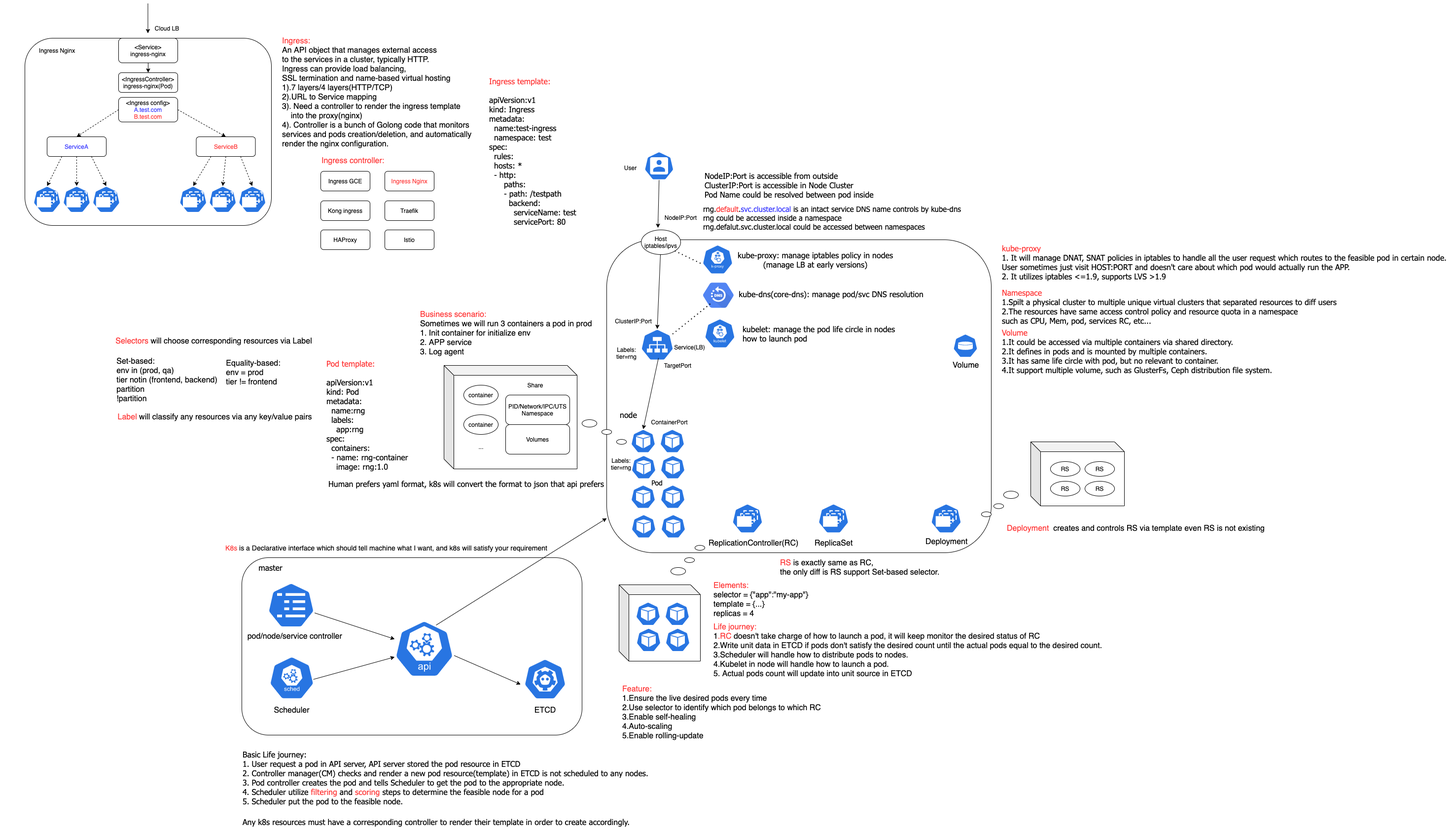
The draw.io diagram docs/k8s.png in showerlee/k8s_tutorial, before a commit. Source tidied: cells renumbered, new cells last; positions are measured from the earlier drawing's top-left corner, leaving out a move shared by most shapes.
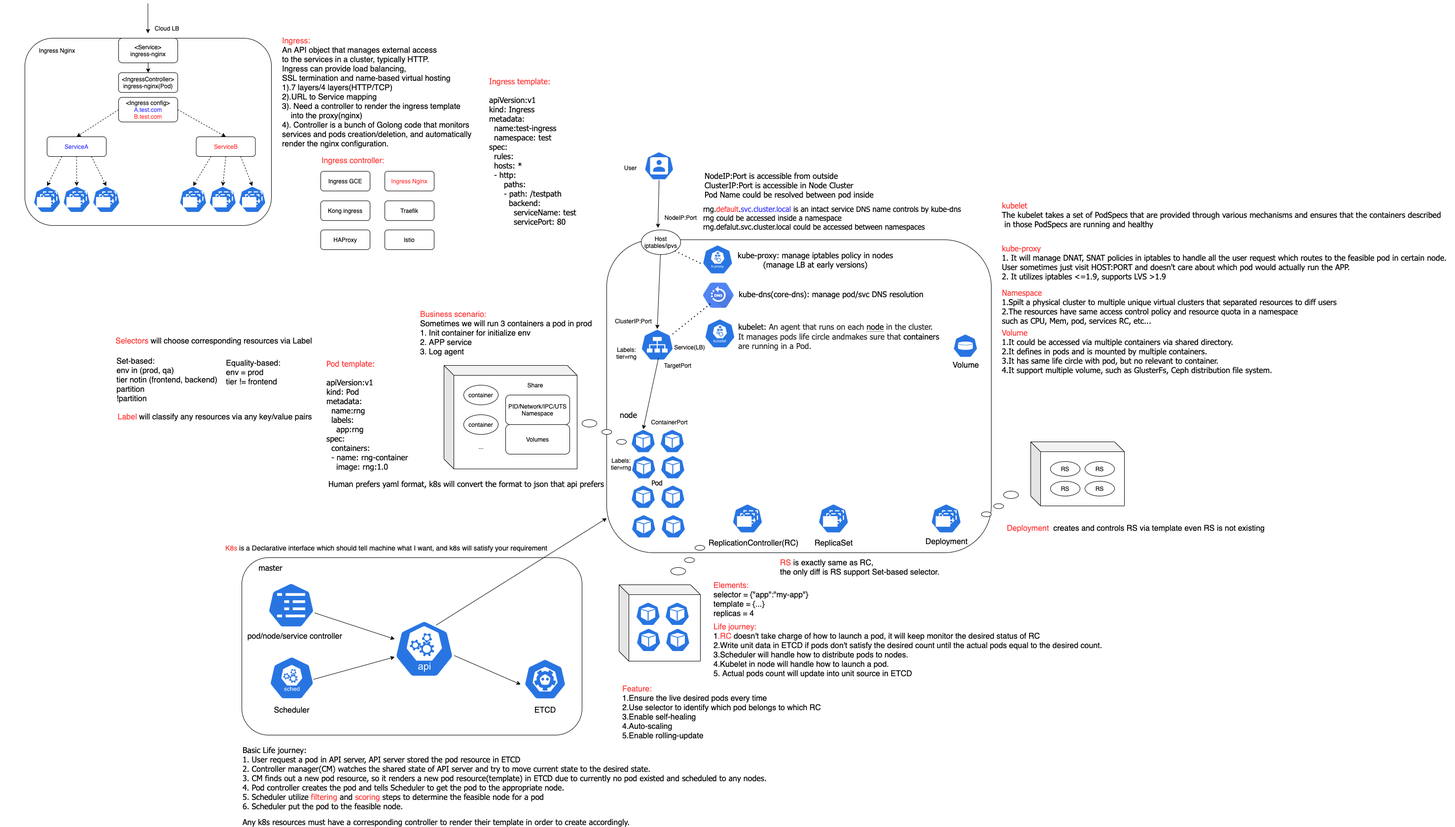
The same diagram one commit later.

What changed in the source:
```diff
@@ -44,8 +44,8 @@
     <mxCell id="15" style="endArrow=classic;html=1;entryX=0.005;entryY=0.63;entryDx=0;entryDy=0;entryPerimeter=0;exitX=1.007;exitY=0.572;exitDx=0;exitDy=0;exitPerimeter=0;" parent="1" edge="1" source="6" target="13">
       <mxGeometry relative="1" as="geometry" />
     </mxCell>
-    <mxCell id="16" value="&lt;font face=&quot;Tahoma&quot; style=&quot;font-size: 16px&quot;&gt;Basic Life journey:&lt;br&gt;1. User request a pod in API server, API server stored the pod resource in ETCD&lt;br&gt;&lt;/font&gt;&lt;span style=&quot;text-align: center ; font-size: 16px ; font-family: &amp;#34;tahoma&amp;#34;&quot;&gt;2. Controller manager(CM) checks and render a new pod resource(template) in ETCD is not scheduled to any nodes.&lt;br&gt;&lt;/span&gt;&lt;font face=&quot;Tahoma&quot; style=&quot;font-size: 16px&quot;&gt;3. Pod controller creates the pod and tells Scheduler to get the pod to the appropriate node.&lt;br&gt;4. Scheduler utilize &lt;font color=&quot;#ff3333&quot;&gt;filtering&lt;/font&gt; and &lt;font color=&quot;#ff3333&quot;&gt;scoring&lt;/font&gt; steps to determine the feasible node for a pod&lt;br&gt;5. Scheduler put the pod to the feasible node.&lt;br&gt;&lt;br&gt;&lt;/font&gt;" style="text;html=1;align=left;verticalAlign=middle;" parent="1" vertex="1">
-      <mxGeometry x="490" y="1520" width="840" height="120" as="geometry" />
+    <mxCell id="16" value="&lt;font face=&quot;Tahoma&quot; style=&quot;font-size: 16px&quot;&gt;Basic Life journey:&lt;br&gt;1. User request a pod in API server, API server stored the pod resource in ETCD&lt;br&gt;&lt;/font&gt;&lt;span style=&quot;text-align: center ; font-size: 16px ; font-family: &amp;#34;tahoma&amp;#34;&quot;&gt;2. Controller manager(CM) watches the shared state of API server and try&lt;/span&gt;&lt;span style=&quot;font-family: &amp;#34;tahoma&amp;#34; ; font-size: 16px ; text-align: center&quot;&gt;&amp;nbsp;to move current state to the desired state.&lt;/span&gt;&lt;span style=&quot;text-align: center ; font-size: 16px ; font-family: &amp;#34;tahoma&amp;#34;&quot;&gt;&lt;br&gt;3. CM&lt;/span&gt;&lt;span style=&quot;font-family: &amp;#34;tahoma&amp;#34; ; font-size: 16px ; text-align: center&quot;&gt;&amp;nbsp;finds out a new pod resource,&amp;nbsp;&lt;/span&gt;&lt;span style=&quot;text-align: center ; font-size: 16px ; font-family: &amp;#34;tahoma&amp;#34;&quot;&gt;so it renders a new pod resource(template) in ETCD due to currently no pod existed and scheduled to any nodes.&lt;br&gt;&lt;/span&gt;&lt;font face=&quot;Tahoma&quot; style=&quot;font-size: 16px&quot;&gt;4. Pod controller creates the pod and tells Scheduler to get the pod to the appropriate node.&lt;br&gt;5. Scheduler utilize &lt;font color=&quot;#ff3333&quot;&gt;filtering&lt;/font&gt; and &lt;font color=&quot;#ff3333&quot;&gt;scoring&lt;/font&gt; steps to determine the feasible node for a pod&lt;br&gt;6. Scheduler put the pod to the feasible node.&lt;br&gt;&lt;br&gt;&lt;/font&gt;" style="text;html=1;align=left;verticalAlign=middle;" parent="1" vertex="1">
+      <mxGeometry x="490" y="1515" width="1080" height="130" as="geometry" />
     </mxCell>
     <mxCell id="17" value="&lt;font style=&quot;font-size: 16px&quot; face=&quot;Tahoma&quot;&gt;node&lt;/font&gt;" style="text;html=1;align=left;verticalAlign=middle;" parent="1" vertex="1">
       <mxGeometry x="1255" y="824" width="50" height="20" as="geometry" />
@@ -64,8 +64,8 @@
     <mxCell id="21" style="html=1;dashed=0;whitespace=wrap;fillColor=#2875E2;strokeColor=#ffffff;shape=mxgraph.kubernetes.icon;prIcon=kubelet;" parent="1" vertex="1">
       <mxGeometry x="1427" y="639" width="65" height="60" as="geometry" />
     </mxCell>
-    <mxCell id="22" value="&lt;font style=&quot;font-size: 16px&quot; face=&quot;Tahoma&quot;&gt;kubelet: manage the pod life circle in nodes&lt;br&gt;&lt;div style=&quot;text-align: left&quot;&gt;&lt;span&gt;how to launch pod&lt;/span&gt;&lt;/div&gt;&lt;/font&gt;" style="text;html=1;align=center;verticalAlign=middle;" parent="1" vertex="1">
-      <mxGeometry x="1499.5" y="649" width="320" height="40" as="geometry" />
+    <mxCell id="22" value="&lt;div style=&quot;text-align: left&quot;&gt;&lt;span style=&quot;font-size: 16px ; font-family: &amp;#34;tahoma&amp;#34;&quot;&gt;kubelet: &lt;/span&gt;&lt;span style=&quot;font-size: 16px ; font-family: &amp;#34;tahoma&amp;#34; ; color: rgb(34 , 34 , 34) ; background-color: rgb(255 , 255 , 255)&quot;&gt;An agent that runs on each&amp;nbsp;&lt;/span&gt;&lt;a class=&quot;glossary-tooltip&quot; title=&quot;&quot; href=&quot;https://kubernetes.io/docs/concepts/architecture/nodes/&quot; target=&quot;_blank&quot; style=&quot;font-size: 16px ; font-family: &amp;#34;tahoma&amp;#34; ; box-sizing: border-box ; color: rgb(0 , 0 , 0) ; background-color: rgb(255 , 255 , 255) ; display: inline-block ; border-bottom: 1px dotted rgb(0 , 0 , 0)&quot;&gt;node&lt;/a&gt;&lt;span style=&quot;font-size: 16px ; font-family: &amp;#34;tahoma&amp;#34; ; color: rgb(34 , 34 , 34) ; background-color: rgb(255 , 255 , 255)&quot;&gt;&amp;nbsp;in the cluster.&lt;/span&gt;&lt;/div&gt;&lt;font style=&quot;font-size: 16px&quot; face=&quot;Tahoma&quot;&gt;&lt;div style=&quot;text-align: left&quot;&gt;&lt;span style=&quot;color: rgb(34 , 34 , 34) ; font-family: &amp;#34;open sans&amp;#34; , , , &amp;#34;segoe ui&amp;#34; , &amp;#34;roboto&amp;#34; , &amp;#34;helvetica neue&amp;#34; , &amp;#34;arial&amp;#34; , sans-serif , &amp;#34;apple color emoji&amp;#34; , &amp;#34;segoe ui emoji&amp;#34; , &amp;#34;segoe ui symbol&amp;#34; ; background-color: rgb(255 , 255 , 255)&quot;&gt;It manages pods life circle and&lt;/span&gt;&lt;span style=&quot;color: rgb(34 , 34 , 34) ; background-color: rgb(255 , 255 , 255)&quot;&gt;makes sure that &lt;/span&gt;&lt;span style=&quot;background-color: rgb(255 , 255 , 255)&quot;&gt;containers&lt;/span&gt;&lt;span style=&quot;color: rgb(34 , 34 , 34) ; background-color: rgb(255 , 255 , 255)&quot;&gt;&amp;nbsp;&lt;/span&gt;&lt;/div&gt;&lt;div style=&quot;text-align: left&quot;&gt;&lt;span style=&quot;color: rgb(34 , 34 , 34) ; background-color: rgb(255 , 255 , 255)&quot;&gt;are running in a Pod.&lt;/span&gt;&lt;/div&gt;&lt;/font&gt;" style="text;html=1;align=center;verticalAlign=middle;" parent="1" vertex="1">
+      <mxGeometry x="1487.5" y="649" width="430" height="50" as="geometry" />
     </mxCell>
     <mxCell id="23" value="&lt;font style=&quot;font-size: 16px&quot; face=&quot;Tahoma&quot;&gt;master&lt;/font&gt;" style="text;html=1;align=center;verticalAlign=middle;" parent="1" vertex="1">
       <mxGeometry x="517.5" y="1134" width="60" height="20" as="geometry" />
@@ -420,5 +420,8 @@
     <mxCell id="136" value="Ingress Nginx" style="text;html=1;align=center;verticalAlign=middle;" parent="1" vertex="1">
       <mxGeometry x="70" y="85" width="90" height="20" as="geometry" />
     </mxCell>
+    <mxCell id="137" value="&lt;font face=&quot;Tahoma&quot;&gt;&lt;font color=&quot;#ff3333&quot; style=&quot;font-size: 16px&quot;&gt;kubelet&lt;/font&gt;&lt;span style=&quot;font-size: 16px&quot;&gt;&amp;nbsp;&lt;/span&gt;&lt;br&gt;&lt;span style=&quot;font-size: 16px&quot;&gt;The kubelet takes a set of PodSpecs that are provided through various mechanisms and ensures that the containers described&lt;br&gt;&amp;nbsp;in those PodSpecs are running and healthy&lt;/span&gt;&lt;br&gt;&lt;/font&gt;" style="text;html=1;align=left;verticalAlign=middle;" parent="1" vertex="1">
+      <mxGeometry x="2030" y="403" width="910" height="50" as="geometry" />
+    </mxCell>
   </root>
 </mxGraphModel>
```
